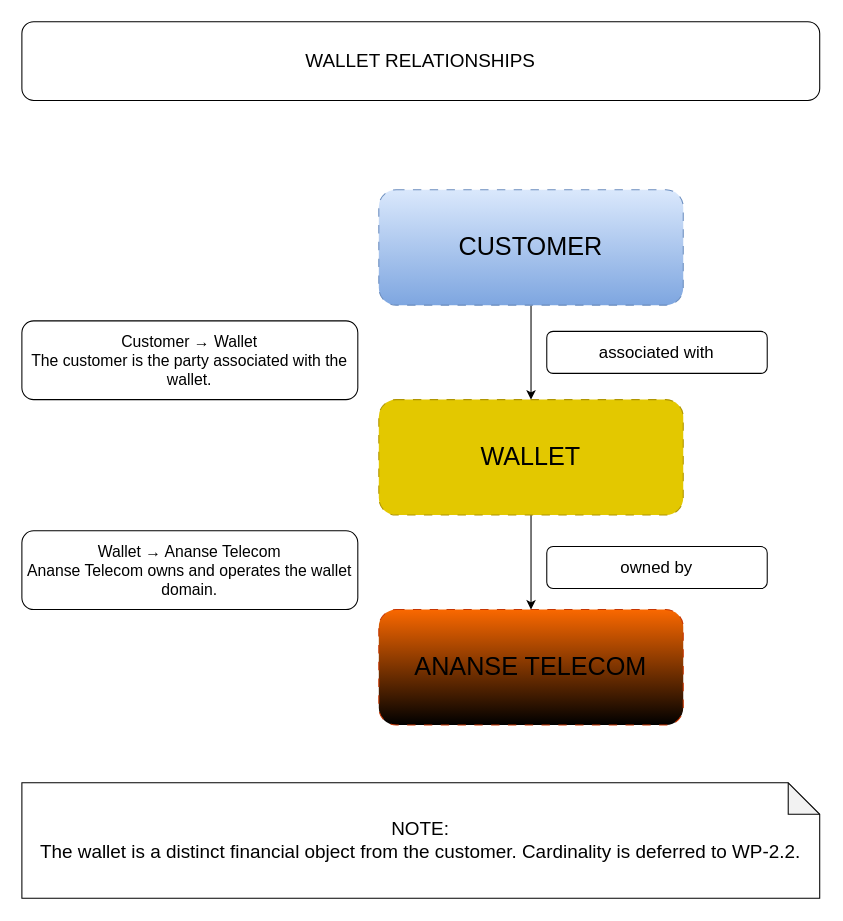
Earlier version of the draw.io export diagrams/WP-2.1-T03_wallet_relationships.drawio.svg (deloveyeboah10-Nagato/OCB_PLATFORM). Source tidied: cells renumbered, new cells last; positions are measured from the earlier drawing's top-left corner, leaving out a move shared by most shapes. The source it was exported from:
```xml
<mxGraphModel>
  <root>
    <mxCell id="0" />
    <mxCell id="1" parent="0" />
    <mxCell id="2" style="edgeStyle=orthogonalEdgeStyle;rounded=0;jettySize=auto;html=1;exitX=0.5;exitY=1;exitDx=0;exitDy=0;entryX=0.5;entryY=0;entryDx=0;entryDy=0;" parent="1" edge="1" source="3" target="5">
      <mxGeometry relative="1" as="geometry" />
    </mxCell>
    <mxCell id="3" value="CUSTOMER" style="rounded=1;whiteSpace=wrap;html=1;dashed=1;dashPattern=8 8;fontSize=24;fillColor=#dae8fc;strokeColor=#6c8ebf;gradientColor=#7ea6e0;" parent="1" vertex="1">
      <mxGeometry x="340" y="160" width="290" height="110" as="geometry" />
    </mxCell>
    <mxCell id="4" style="edgeStyle=orthogonalEdgeStyle;rounded=0;jettySize=auto;html=1;exitX=0.5;exitY=1;exitDx=0;exitDy=0;entryX=0.5;entryY=0;entryDx=0;entryDy=0;" parent="1" edge="1" source="5" target="6">
      <mxGeometry relative="1" as="geometry" />
    </mxCell>
    <mxCell id="5" value="WALLET" style="rounded=1;whiteSpace=wrap;html=1;dashed=1;dashPattern=8 8;fontSize=24;fillColor=light-dark(#E3C800,#FFD700);fontColor=#000000;strokeColor=#B09500;" parent="1" vertex="1">
      <mxGeometry x="340" y="360" width="290" height="110" as="geometry" />
    </mxCell>
    <mxCell id="6" value="ANANSE TELECOM" style="rounded=1;whiteSpace=wrap;html=1;dashed=1;dashPattern=8 8;fontSize=24;fillColor=#fa6800;fontColor=#000000;strokeColor=#C73500;gradientColor=light-dark(#000000,#994C00);" parent="1" vertex="1">
      <mxGeometry x="340" y="560" width="290" height="110" as="geometry" />
    </mxCell>
    <mxCell id="7" value="associated with" style="rounded=1;whiteSpace=wrap;html=1;fontSize=16;" parent="1" vertex="1">
      <mxGeometry x="500" y="295" width="210" height="40" as="geometry" />
    </mxCell>
    <mxCell id="8" value="owned by" style="rounded=1;whiteSpace=wrap;html=1;fontSize=16;" parent="1" vertex="1">
      <mxGeometry x="500" y="500" width="210" height="40" as="geometry" />
    </mxCell>
    <mxCell id="9" value="Customer → Wallet&lt;div&gt;The customer is the party associated with the wallet.&lt;/div&gt;" style="rounded=1;whiteSpace=wrap;html=1;fontSize=15;" parent="1" vertex="1">
      <mxGeometry y="285" width="320" height="75" as="geometry" />
    </mxCell>
    <mxCell id="10" value="Wallet → Ananse Telecom&lt;div&gt;Ananse Telecom owns and operates the wallet domain.&lt;/div&gt;" style="rounded=1;whiteSpace=wrap;html=1;fontSize=15;" parent="1" vertex="1">
      <mxGeometry y="485" width="320" height="75" as="geometry" />
    </mxCell>
    <mxCell id="11" value="&lt;div&gt;WALLET RELATIONSHIPS&lt;/div&gt;" style="rounded=1;whiteSpace=wrap;html=1;fontSize=18;" parent="1" vertex="1">
      <mxGeometry width="760" height="75" as="geometry" />
    </mxCell>
    <mxCell id="12" value="&lt;div style=&quot;font-size: 18px;&quot;&gt;NOTE:&lt;/div&gt;&lt;span style=&quot;font-size: 18px;&quot;&gt;The wallet is a distinct financial object from the customer. Cardinality is deferred to WP-2.2.&lt;/span&gt;" style="shape=note;whiteSpace=wrap;html=1;backgroundOutline=1;darkOpacity=0.05;" parent="1" vertex="1">
      <mxGeometry y="725" width="760" height="110" as="geometry" />
    </mxCell>
  </root>
</mxGraphModel>
```
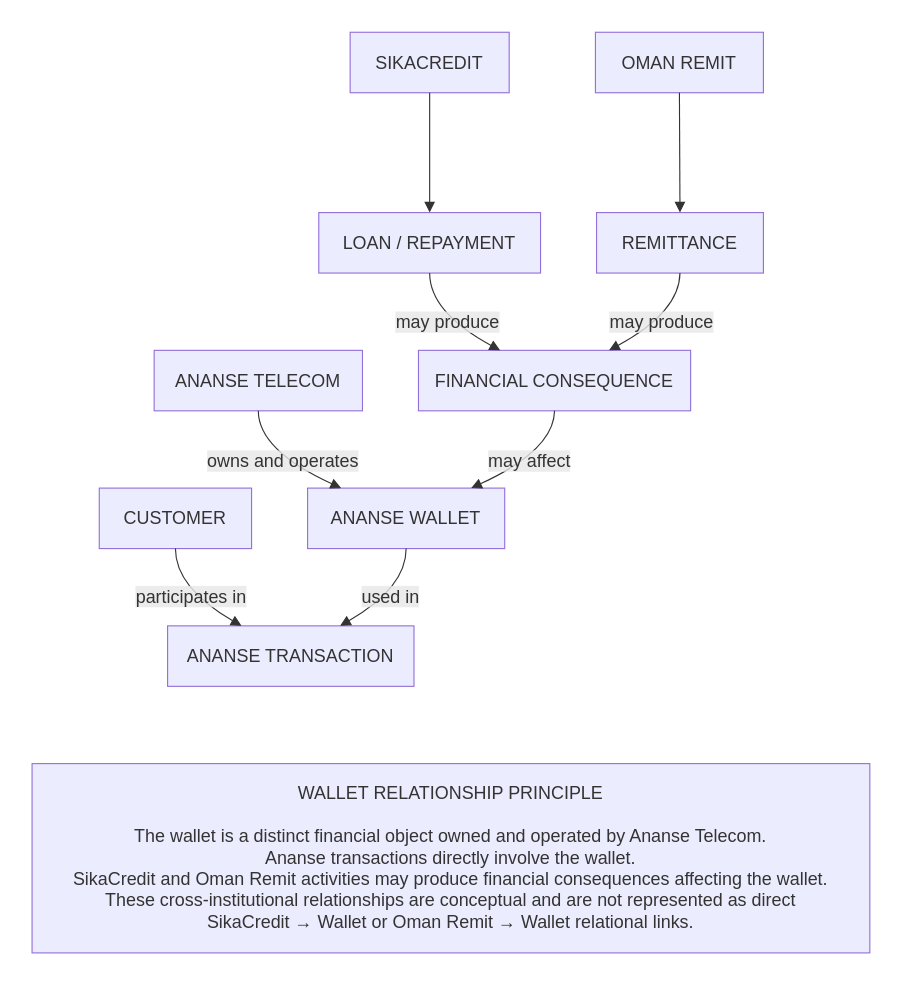
The same file after the commit.

What changed in the source:
```diff
@@ -2,38 +2,86 @@
   <root>
     <mxCell id="0" />
     <mxCell id="1" parent="0" />
-    <mxCell id="2" style="edgeStyle=orthogonalEdgeStyle;rounded=0;jettySize=auto;html=1;exitX=0.5;exitY=1;exitDx=0;exitDy=0;entryX=0.5;entryY=0;entryDx=0;entryDy=0;" parent="1" edge="1" source="3" target="5">
-      <mxGeometry relative="1" as="geometry" />
-    </mxCell>
+    <mxCell id="13" style="group;transparentBounds=1;editIcon=1;lockedGroup=0;groupPadding=10;" parent="1" vertex="1">
+      <mxGeometry x="160" y="80" as="geometry" />
+    </mxCell>
+    <mxCell id="6" value="ANANSE TELECOM" style="html=1;whiteSpace=wrap;strokeWidth=1;fillColor=light-dark(#ECECFF,#1f2020);strokeColor=light-dark(#9370DB,#cccccc);fontColor=light-dark(#333333,#cccccc);fontFamily=Trebuchet MS,Verdana,Arial,sans-serif;fontSize=16;" parent="13" vertex="1">
+      <mxGeometry x="79" y="382" width="186" height="54" as="geometry" />
+    </mxCell>
+    <mxCell id="14" value="ANANSE WALLET" style="html=1;whiteSpace=wrap;strokeWidth=1;fillColor=light-dark(#ECECFF,#1f2020);strokeColor=light-dark(#9370DB,#cccccc);fontColor=light-dark(#333333,#cccccc);fontFamily=Trebuchet MS,Verdana,Arial,sans-serif;fontSize=16;" parent="13" vertex="1">
+      <mxGeometry x="216" y="505" width="176" height="54" as="geometry" />
+    </mxCell>
+    <mxCell id="15" value="ANANSE TRANSACTION" style="html=1;whiteSpace=wrap;strokeWidth=1;fillColor=light-dark(#ECECFF,#1f2020);strokeColor=light-dark(#9370DB,#cccccc);fontColor=light-dark(#333333,#cccccc);fontFamily=Trebuchet MS,Verdana,Arial,sans-serif;fontSize=16;" parent="13" vertex="1">
+      <mxGeometry x="91" y="628" width="220" height="54" as="geometry" />
+    </mxCell>
-    <mxCell id="3" value="CUSTOMER" style="rounded=1;whiteSpace=wrap;html=1;dashed=1;dashPattern=8 8;fontSize=24;fillColor=#dae8fc;strokeColor=#6c8ebf;gradientColor=#7ea6e0;" parent="1" vertex="1">
-      <mxGeometry x="340" y="160" width="290" height="110" as="geometry" />
+    <mxCell id="3" value="CUSTOMER" style="html=1;whiteSpace=wrap;strokeWidth=1;fillColor=light-dark(#ECECFF,#1f2020);strokeColor=light-dark(#9370DB,#cccccc);fontColor=light-dark(#333333,#cccccc);fontFamily=Trebuchet MS,Verdana,Arial,sans-serif;fontSize=16;" parent="13" vertex="1">
+      <mxGeometry x="30" y="505" width="136" height="54" as="geometry" />
     </mxCell>
-    <mxCell id="4" style="edgeStyle=orthogonalEdgeStyle;rounded=0;jettySize=auto;html=1;exitX=0.5;exitY=1;exitDx=0;exitDy=0;entryX=0.5;entryY=0;entryDx=0;entryDy=0;" parent="1" edge="1" source="5" target="6">
-      <mxGeometry relative="1" as="geometry" />
-    </mxCell>
-    <mxCell id="5" value="WALLET" style="rounded=1;whiteSpace=wrap;html=1;dashed=1;dashPattern=8 8;fontSize=24;fillColor=light-dark(#E3C800,#FFD700);fontColor=#000000;strokeColor=#B09500;" parent="1" vertex="1">
-      <mxGeometry x="340" y="360" width="290" height="110" as="geometry" />
-    </mxCell>
-    <mxCell id="6" value="ANANSE TELECOM" style="rounded=1;whiteSpace=wrap;html=1;dashed=1;dashPattern=8 8;fontSize=24;fillColor=#fa6800;fontColor=#000000;strokeColor=#C73500;gradientColor=light-dark(#000000,#994C00);" parent="1" vertex="1">
-      <mxGeometry x="340" y="560" width="290" height="110" as="geometry" />
-    </mxCell>
-    <mxCell id="7" value="associated with" style="rounded=1;whiteSpace=wrap;html=1;fontSize=16;" parent="1" vertex="1">
-      <mxGeometry x="500" y="295" width="210" height="40" as="geometry" />
-    </mxCell>
-    <mxCell id="8" value="owned by" style="rounded=1;whiteSpace=wrap;html=1;fontSize=16;" parent="1" vertex="1">
-      <mxGeometry x="500" y="500" width="210" height="40" as="geometry" />
-    </mxCell>
-    <mxCell id="9" value="Customer → Wallet&lt;div&gt;The customer is the party associated with the wallet.&lt;/div&gt;" style="rounded=1;whiteSpace=wrap;html=1;fontSize=15;" parent="1" vertex="1">
-      <mxGeometry y="285" width="320" height="75" as="geometry" />
-    </mxCell>
-    <mxCell id="10" value="Wallet → Ananse Telecom&lt;div&gt;Ananse Telecom owns and operates the wallet domain.&lt;/div&gt;" style="rounded=1;whiteSpace=wrap;html=1;fontSize=15;" parent="1" vertex="1">
-      <mxGeometry y="485" width="320" height="75" as="geometry" />
-    </mxCell>
-    <mxCell id="11" value="&lt;div&gt;WALLET RELATIONSHIPS&lt;/div&gt;" style="rounded=1;whiteSpace=wrap;html=1;fontSize=18;" parent="1" vertex="1">
-      <mxGeometry width="760" height="75" as="geometry" />
-    </mxCell>
-    <mxCell id="12" value="&lt;div style=&quot;font-size: 18px;&quot;&gt;NOTE:&lt;/div&gt;&lt;span style=&quot;font-size: 18px;&quot;&gt;The wallet is a distinct financial object from the customer. Cardinality is deferred to WP-2.2.&lt;/span&gt;" style="shape=note;whiteSpace=wrap;html=1;backgroundOutline=1;darkOpacity=0.05;" parent="1" vertex="1">
-      <mxGeometry y="725" width="760" height="110" as="geometry" />
-    </mxCell>
+    <mxCell id="16" value="SIKACREDIT" style="html=1;whiteSpace=wrap;strokeWidth=1;fillColor=light-dark(#ECECFF,#1f2020);strokeColor=light-dark(#9370DB,#cccccc);fontColor=light-dark(#333333,#cccccc);fontFamily=Trebuchet MS,Verdana,Arial,sans-serif;fontSize=16;" parent="13" vertex="1">
+      <mxGeometry x="254" y="98" width="142" height="54" as="geometry" />
+    </mxCell>
+    <mxCell id="17" value="LOAN / REPAYMENT" style="html=1;whiteSpace=wrap;strokeWidth=1;fillColor=light-dark(#ECECFF,#1f2020);strokeColor=light-dark(#9370DB,#cccccc);fontColor=light-dark(#333333,#cccccc);fontFamily=Trebuchet MS,Verdana,Arial,sans-serif;fontSize=16;" parent="13" vertex="1">
+      <mxGeometry x="226" y="259" width="198" height="54" as="geometry" />
+    </mxCell>
+    <mxCell id="18" value="OMAN REMIT" style="html=1;whiteSpace=wrap;strokeWidth=1;fillColor=light-dark(#ECECFF,#1f2020);strokeColor=light-dark(#9370DB,#cccccc);fontColor=light-dark(#333333,#cccccc);fontFamily=Trebuchet MS,Verdana,Arial,sans-serif;fontSize=16;" parent="13" vertex="1">
+      <mxGeometry x="473" y="98" width="150" height="54" as="geometry" />
+    </mxCell>
+    <mxCell id="19" value="REMITTANCE" style="html=1;whiteSpace=wrap;strokeWidth=1;fillColor=light-dark(#ECECFF,#1f2020);strokeColor=light-dark(#9370DB,#cccccc);fontColor=light-dark(#333333,#cccccc);fontFamily=Trebuchet MS,Verdana,Arial,sans-serif;fontSize=16;" parent="13" vertex="1">
+      <mxGeometry x="474" y="259" width="149" height="54" as="geometry" />
+    </mxCell>
+    <mxCell id="20" value="FINANCIAL CONSEQUENCE" style="html=1;whiteSpace=wrap;strokeWidth=1;fillColor=light-dark(#ECECFF,#1f2020);strokeColor=light-dark(#9370DB,#cccccc);fontColor=light-dark(#333333,#cccccc);fontFamily=Trebuchet MS,Verdana,Arial,sans-serif;fontSize=16;" parent="13" vertex="1">
+      <mxGeometry x="315" y="382" width="243" height="54" as="geometry" />
+    </mxCell>
+    <mxCell id="21" value="WALLET RELATIONSHIP PRINCIPLE&#10;&#10;The wallet is a distinct financial object owned and operated by Ananse Telecom.&#10;Ananse transactions directly involve the wallet.&#10;SikaCredit and Oman Remit activities may produce financial consequences affecting the wallet.&#10;These cross-institutional relationships are conceptual and are not represented as direct&#10;SikaCredit → Wallet or Oman Remit → Wallet relational links." style="html=1;whiteSpace=wrap;strokeWidth=1;fillColor=light-dark(#ECECFF,#1f2020);strokeColor=light-dark(#9370DB,#cccccc);fontColor=light-dark(#333333,#cccccc);fontFamily=Trebuchet MS,Verdana,Arial,sans-serif;fontSize=16;" parent="13" vertex="1">
+      <mxGeometry x="-30" y="751" width="748" height="169" as="geometry" />
+    </mxCell>
+    <mxCell id="22" value="owns and operates" style="curved=1;startArrow=none;endArrow=block;endSize=7;strokeColor=light-dark(#333333,#cccccc);html=1;fontSize=16;labelBackgroundColor=light-dark(#E8E8E88D,#2a2a2a8D);fontFamily=Trebuchet MS,Verdana,Arial,sans-serif;fontColor=light-dark(#333333,#cccccc);exitX=0.5;exitY=1;entryX=0.17;entryY=0;rounded=0;" parent="13" edge="1" source="6" target="14">
+      <mxGeometry relative="1" as="geometry">
+        <Array as="points">
+          <mxPoint x="172" y="471" />
+        </Array>
+      </mxGeometry>
+    </mxCell>
+    <mxCell id="23" value="participates in" style="curved=1;startArrow=none;endArrow=block;endSize=7;strokeColor=light-dark(#333333,#cccccc);html=1;fontSize=16;labelBackgroundColor=light-dark(#E8E8E88D,#2a2a2a8D);fontFamily=Trebuchet MS,Verdana,Arial,sans-serif;fontColor=light-dark(#333333,#cccccc);exitX=0.5;exitY=1;entryX=0.3;entryY=0;rounded=0;" parent="13" edge="1" source="3" target="15">
+      <mxGeometry relative="1" as="geometry">
+        <Array as="points">
+          <mxPoint x="98" y="594" />
+        </Array>
+      </mxGeometry>
+    </mxCell>
+    <mxCell id="24" value="used in" style="curved=1;startArrow=none;endArrow=block;endSize=7;strokeColor=light-dark(#333333,#cccccc);html=1;fontSize=16;labelBackgroundColor=light-dark(#E8E8E88D,#2a2a2a8D);fontFamily=Trebuchet MS,Verdana,Arial,sans-serif;fontColor=light-dark(#333333,#cccccc);exitX=0.5;exitY=1;entryX=0.7;entryY=0;rounded=0;" parent="13" edge="1" source="14" target="15">
+      <mxGeometry relative="1" as="geometry">
+        <Array as="points">
+          <mxPoint x="304" y="594" />
+        </Array>
+      </mxGeometry>
+    </mxCell>
+    <mxCell id="25" style="curved=1;startArrow=none;endArrow=block;endSize=7;strokeColor=light-dark(#333333,#cccccc);exitX=0.5;exitY=1;entryX=0.5;entryY=0;rounded=0;" parent="13" edge="1" source="16" target="17">
+      <mxGeometry relative="1" as="geometry" />
+    </mxCell>
+    <mxCell id="26" style="curved=1;startArrow=none;endArrow=block;endSize=7;strokeColor=light-dark(#333333,#cccccc);exitX=0.5;exitY=1;entryX=0.5;entryY=0;rounded=0;" parent="13" edge="1" source="18" target="19">
+      <mxGeometry relative="1" as="geometry" />
+    </mxCell>
+    <mxCell id="27" value="may produce" style="curved=1;startArrow=none;endArrow=block;endSize=7;strokeColor=light-dark(#333333,#cccccc);html=1;fontSize=16;labelBackgroundColor=light-dark(#E8E8E88D,#2a2a2a8D);fontFamily=Trebuchet MS,Verdana,Arial,sans-serif;fontColor=light-dark(#333333,#cccccc);exitX=0.5;exitY=1;entryX=0.3;entryY=0;rounded=0;" parent="13" edge="1" source="17" target="20">
+      <mxGeometry relative="1" as="geometry">
+        <Array as="points">
+          <mxPoint x="325" y="348" />
+        </Array>
+      </mxGeometry>
+    </mxCell>
+    <mxCell id="28" value="may produce" style="curved=1;startArrow=none;endArrow=block;endSize=7;strokeColor=light-dark(#333333,#cccccc);html=1;fontSize=16;labelBackgroundColor=light-dark(#E8E8E88D,#2a2a2a8D);fontFamily=Trebuchet MS,Verdana,Arial,sans-serif;fontColor=light-dark(#333333,#cccccc);exitX=0.5;exitY=1;entryX=0.7;entryY=0;rounded=0;" parent="13" edge="1" source="19" target="20">
+      <mxGeometry relative="1" as="geometry">
+        <Array as="points">
+          <mxPoint x="548" y="348" />
+        </Array>
+      </mxGeometry>
+    </mxCell>
+    <mxCell id="29" value="may affect" style="curved=1;startArrow=none;endArrow=block;endSize=7;strokeColor=light-dark(#333333,#cccccc);html=1;fontSize=16;labelBackgroundColor=light-dark(#E8E8E88D,#2a2a2a8D);fontFamily=Trebuchet MS,Verdana,Arial,sans-serif;fontColor=light-dark(#333333,#cccccc);exitX=0.5;exitY=1;entryX=0.83;entryY=0;rounded=0;" parent="13" edge="1" source="20" target="14">
+      <mxGeometry relative="1" as="geometry">
+        <Array as="points">
+          <mxPoint x="436" y="471" />
+        </Array>
+      </mxGeometry>
+    </mxCell>
   </root>
 </mxGraphModel>
```
